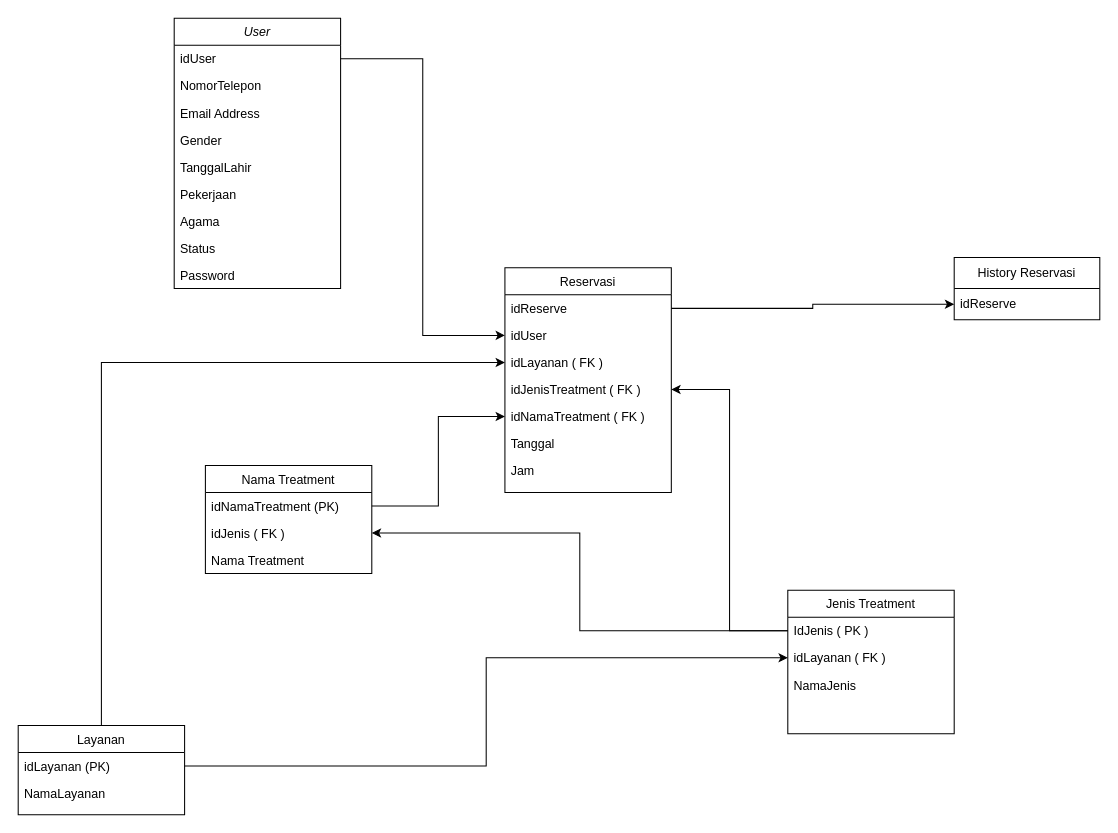
Earlier version of the draw.io diagram ERD-Klinik-Dr.Nich.drawio (josephsbtn/Project-Klinik-Dr.Nich). Source tidied: cells renumbered, new cells numbered last; positions are measured from the earlier drawing's top-left corner, leaving out a move shared by most shapes. Both pictures are drawn from the tidied source at 104%, with x=0, y=0 at pixel (18, 18).
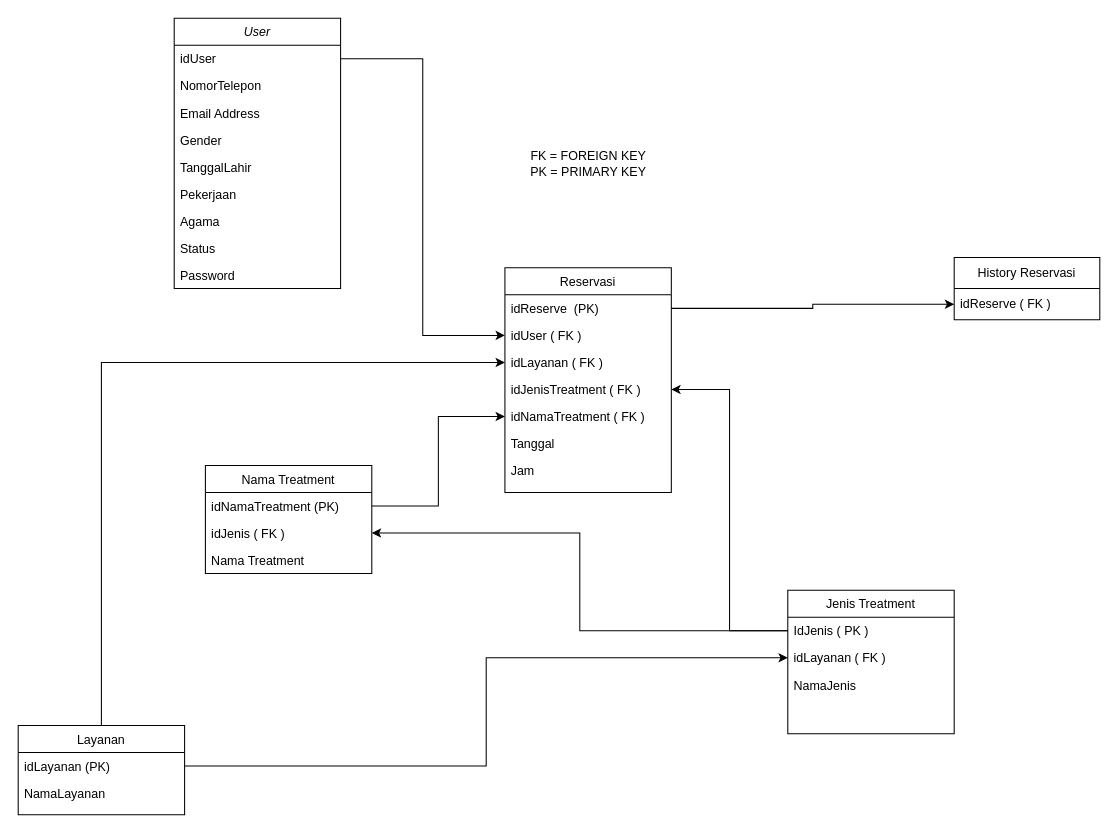
The same diagram, later.

Unchanged cells that the change refers to:
```xml
<mxCell id="20" value="Reservasi" style="swimlane;fontStyle=0;align=center;verticalAlign=top;horizontal=1;startSize=26;rounded=0;shadow=0;strokeWidth=1;" parent="1" vertex="1">
  <mxGeometry x="468" y="240" width="160" height="216" as="geometry" />
</mxCell>
<mxCell id="37" value="History Reservasi" style="swimlane;fontStyle=0;horizontal=1;startSize=30;whiteSpace=wrap;html=1;" parent="1" vertex="1">
  <mxGeometry x="900" y="230" width="140" height="60" as="geometry" />
</mxCell>
```

What changed in the source:
```diff
@@
-    <mxCell id="21" value="idReserve   " style="text;align=left;verticalAlign=top;spacingLeft=4;spacingRight=4;overflow=hidden;points=[[0,0.5],[1,0.5]];portConstraint=eastwest;" parent="20" vertex="1">
+    <mxCell id="21" value="idReserve  (PK)" style="text;align=left;verticalAlign=top;spacingLeft=4;spacingRight=4;overflow=hidden;points=[[0,0.5],[1,0.5]];portConstraint=eastwest;" parent="20" vertex="1">
       <mxGeometry y="26" width="160" height="26" as="geometry" />
     </mxCell>
-    <mxCell id="22" value="idUser" style="text;align=left;verticalAlign=top;spacingLeft=4;spacingRight=4;overflow=hidden;points=[[0,0.5],[1,0.5]];portConstraint=eastwest;rounded=0;shadow=0;html=0;" parent="20" vertex="1">
+    <mxCell id="22" value="idUser ( FK )" style="text;align=left;verticalAlign=top;spacingLeft=4;spacingRight=4;overflow=hidden;points=[[0,0.5],[1,0.5]];portConstraint=eastwest;rounded=0;shadow=0;html=0;" parent="20" vertex="1">
       <mxGeometry y="52" width="160" height="26" as="geometry" />
     </mxCell>
@@
-    <mxCell id="38" value="idReserve" style="text;strokeColor=none;fillColor=none;align=left;verticalAlign=middle;spacingLeft=4;spacingRight=4;overflow=hidden;points=[[0,0.5],[1,0.5]];portConstraint=eastwest;whiteSpace=wrap;html=1;" parent="37" vertex="1">
+    <mxCell id="38" value="idReserve ( FK )" style="text;strokeColor=none;fillColor=none;align=left;verticalAlign=middle;spacingLeft=4;spacingRight=4;overflow=hidden;points=[[0,0.5],[1,0.5]];portConstraint=eastwest;whiteSpace=wrap;html=1;" parent="37" vertex="1">
       <mxGeometry y="30" width="140" height="30" as="geometry" />
     </mxCell>
@@
+    <mxCell id="40" value="FK = FOREIGN KEY&lt;div&gt;PK = PRIMARY KEY&lt;/div&gt;" style="text;html=1;align=center;verticalAlign=middle;strokeColor=none;fillColor=none;" parent="1" vertex="1">
+      <mxGeometry x="483" y="120" width="130" height="40" as="geometry" />
+    </mxCell>
```
